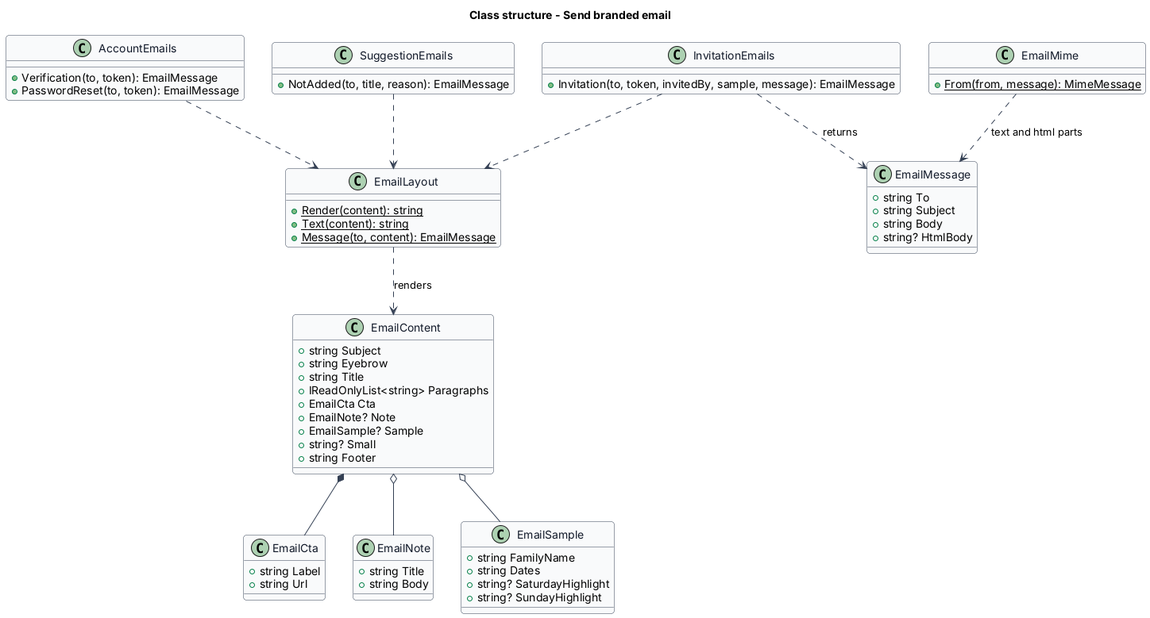
QuinntyneBrown/saturdaze keeps this PlantUML diagram as docs/detailed-designs/operations/send-branded-email/diagrams/class-structure.png. Above is the earlier version.
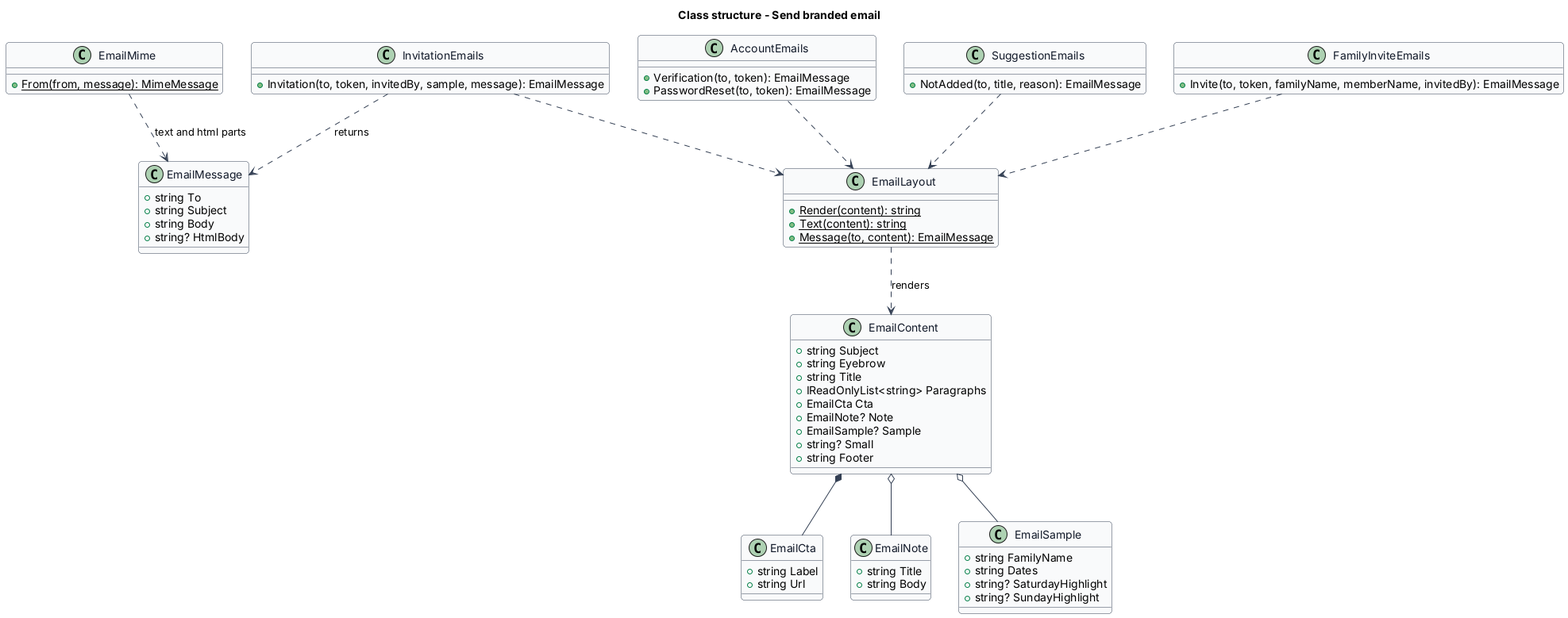
The same file after the commit.

Change to the diagram source:
```diff
@@ -57,6 +57,10 @@
   +Invitation(to, token, invitedBy, sample, message): EmailMessage
 }
 
+class FamilyInviteEmails {
+  +Invite(to, token, familyName, memberName, invitedBy): EmailMessage
+}
+
 class AccountEmails {
   +Verification(to, token): EmailMessage
   +PasswordReset(to, token): EmailMessage
@@ -77,6 +81,7 @@
 InvitationEmails ..> EmailLayout
 AccountEmails ..> EmailLayout
 SuggestionEmails ..> EmailLayout
+FamilyInviteEmails ..> EmailLayout
 InvitationEmails ..> EmailMessage : returns
 EmailMime ..> EmailMessage : text and html parts
 @enduml
```
